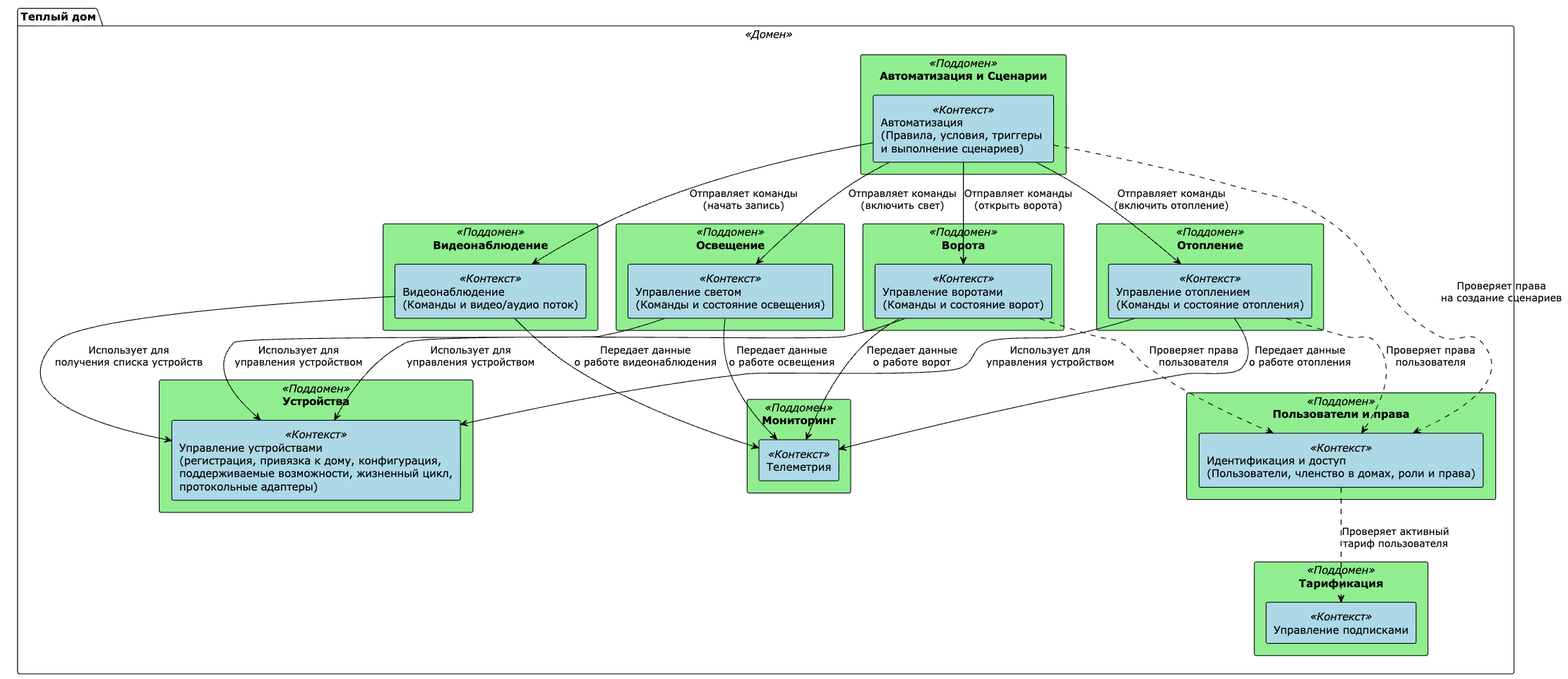
skv0zsneg/architecture-pro-warmhouse keeps this PlantUML diagram as diagrams/context_and_domains/context_and_domains.png. Above is the earlier version. Its source is kept beside it as diagrams/context_and_domains/context_and_domains.puml. The source it was exported from:
```plantuml
@startuml
!theme plain
skinparam componentStyle rectangle
skinparam shadowing false

package "Теплый дом" <<Домен>> {

    rectangle "Устройства" <<Поддомен>> as У #LightGreen {
      rectangle "Управление устройствами\n(регистрация, привязка к дому, конфигурация, \nподдерживаемые возможности, жизненный цикл,\nпротокольные адаптеры)" <<Контекст>> as УУ #LightBlue
    }

    rectangle "Мониторинг" <<Поддомен>> as ТЕЛ #LightGreen {
      rectangle "Телеметрия" <<Контекст>> as ХТЕЛ #LightBlue
    }

    rectangle "Отопление" <<Поддомен>> as О #LightGreen {
        rectangle "Управление отоплением\n(Команды и состояние отопления)" <<Контекст>> as УО #LightBlue
    }

    rectangle "Освещение" <<Поддомен>> as С #LightGreen {
        rectangle "Управление светом\n(Команды и состояние освещения)" <<Контекст>> as УС #LightBlue
    }

    rectangle "Ворота" <<Поддомен>> as В #LightGreen {
        rectangle "Управление воротами\n(Команды и состояние ворот)" <<Контекст>> as УВ #LightBlue
    }

    rectangle "Видеонаблюдение" <<Поддомен>> as ВН #LightGreen {
        rectangle "Видеонаблюдение\n(Команды и видео/аудио поток)" <<Контекст>> as УВН #LightBlue
    }

    rectangle "Автоматизация и Сценарии" <<Поддомен>> as АС #LightGreen {
        rectangle "Автоматизация\n(Правила, условия, триггеры \nи выполнение сценариев)" <<Контекст>> as ССТ #LightBlue
    }

    rectangle "Пользователи и права" <<Поддомен>> as ПП #LightGreen {
      rectangle "Идентификация и доступ\n(Пользователи, членство в домах, роли и права)" <<Контекст>> as ПКД #LightBlue
    }

    rectangle "Тарификация" <<Поддомен>> as Т #LightGreen {
        rectangle "Управление подписками" <<Контекст>> as ПТ #LightBlue
    }

}


УО -down-> УУ : Использует для\nуправления устройством
УВ -down-> УУ : Использует для\nуправления устройством
УС -down-> УУ : Использует для\nуправления устройством
УВН -down-> УУ : Использует для\nполучения списка устройств

ССТ -down-> УО : Отправляет команды\n(включить отопление)
ССТ -down-> УВ : Отправляет команды\n(открыть ворота)
ССТ -down-> УС : Отправляет команды\n(включить свет)
ССТ -down-> УВН : Отправляет команды\n(начать запись)

УО -down-> ХТЕЛ : Передает данные\nо работе отопления
УВ -down-> ХТЕЛ : Передает данные\nо работе ворот
УС -down-> ХТЕЛ : Передает данные\nо работе освещения
УВН -down-> ХТЕЛ : Передает данные\nо работе видеонаблюдения

УО ..> ПКД : Проверяет права\nпользователя
УВ ..> ПКД : Проверяет права\nпользователя
ССТ ..> ПКД : Проверяет права\nна создание сценариев

ПКД ..> ПТ : Проверяет активный\nтариф пользователя

@enduml
```
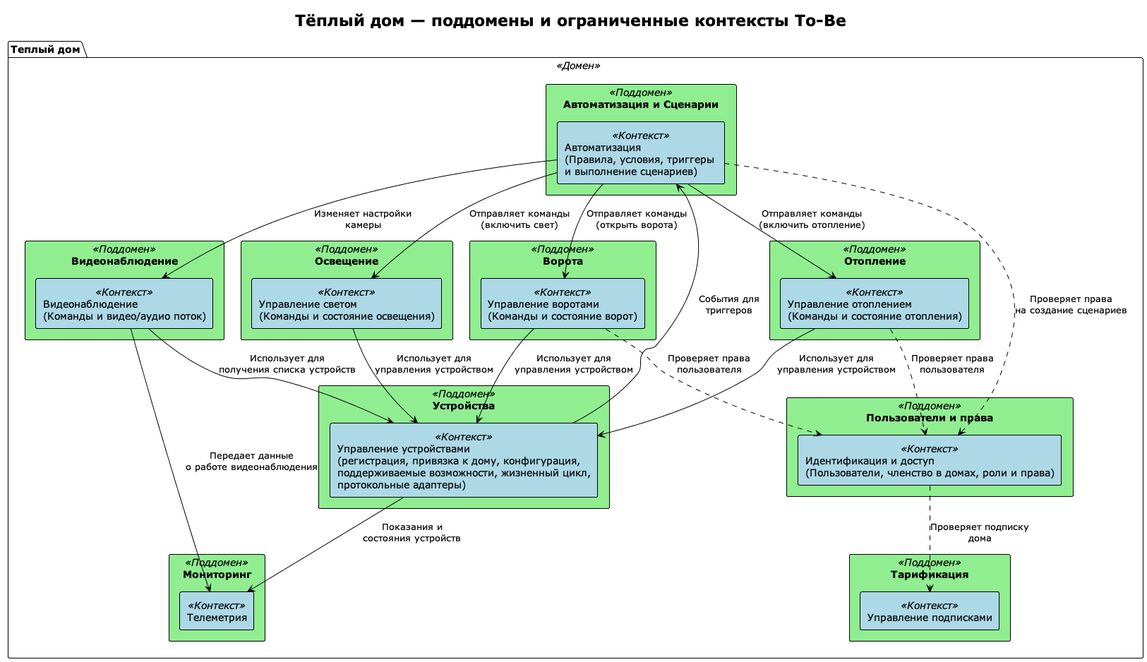
Above is the later version.

What changed in the source:
```diff
@@ -1,5 +1,6 @@
-@startuml
+@startuml context_and_domains
 !theme plain
+title Тёплый дом — поддомены и ограниченные контексты To-Be
 skinparam componentStyle rectangle
 skinparam shadowing false
 
@@ -52,17 +53,16 @@
 ССТ -down-> УО : Отправляет команды\n(включить отопление)
 ССТ -down-> УВ : Отправляет команды\n(открыть ворота)
 ССТ -down-> УС : Отправляет команды\n(включить свет)
-ССТ -down-> УВН : Отправляет команды\n(начать запись)
+ССТ -down-> УВН : Изменяет настройки\nкамеры
 
-УО -down-> ХТЕЛ : Передает данные\nо работе отопления
-УВ -down-> ХТЕЛ : Передает данные\nо работе ворот
-УС -down-> ХТЕЛ : Передает данные\nо работе освещения
+УУ -down-> ХТЕЛ : Показания и\nсостояния устройств
+УУ -down-> ССТ : События для\nтриггеров
 УВН -down-> ХТЕЛ : Передает данные\nо работе видеонаблюдения
 
 УО ..> ПКД : Проверяет права\nпользователя
 УВ ..> ПКД : Проверяет права\nпользователя
 ССТ ..> ПКД : Проверяет права\nна создание сценариев
 
-ПКД ..> ПТ : Проверяет активный\nтариф пользователя
+ПКД ..> ПТ : Проверяет подписку\nдома
 
 @enduml
```
